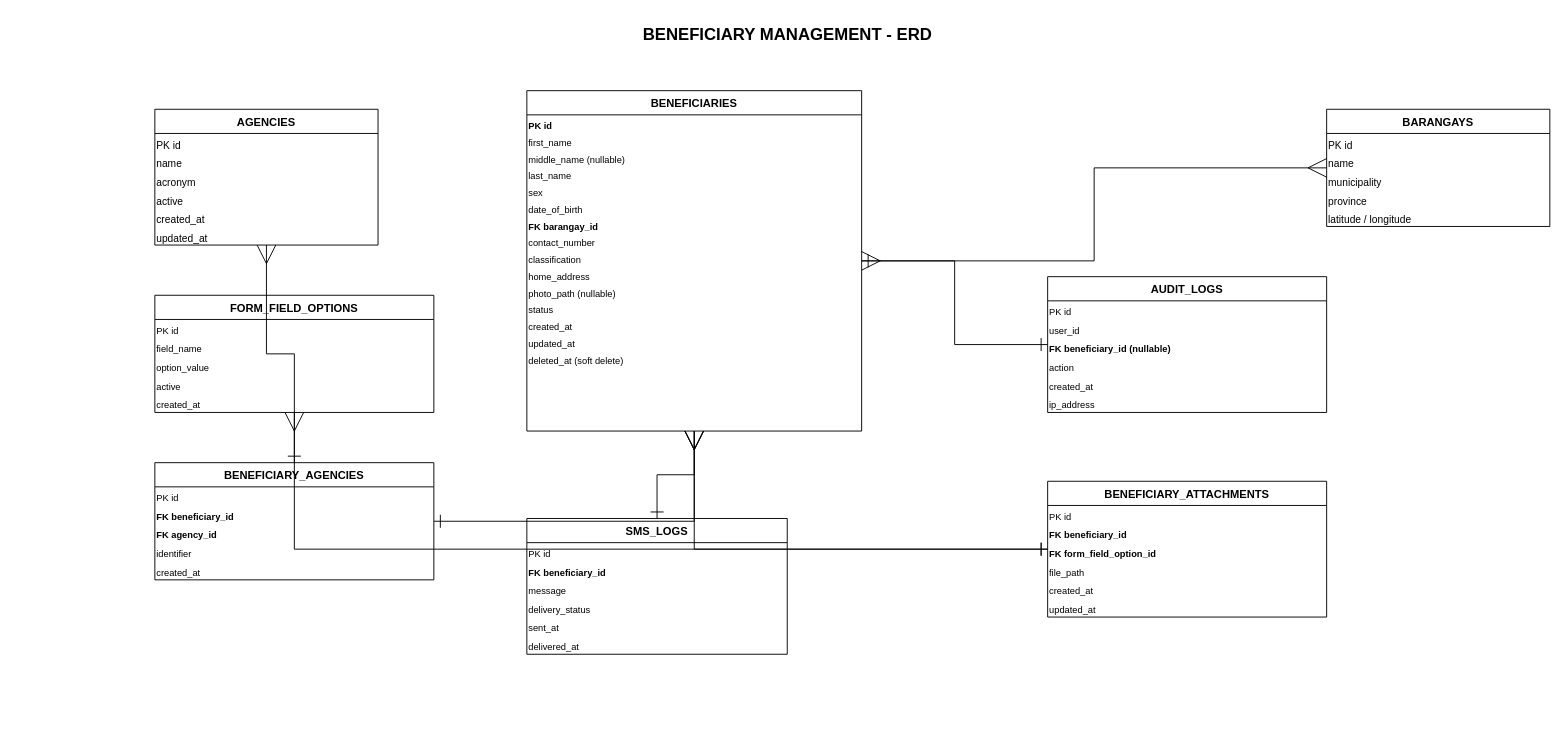
tin-tin113/ffprams keeps this draw.io diagram as ERD_Diagrams_Drawio/01_Beneficiary_Management_ERD.drawio. Above is the earlier version. Source tidied: cells renumbered, new cells numbered last; positions are measured from the earlier drawing's top-left corner, leaving out a move shared by most shapes. Both pictures are drawn from the tidied source at 93%, with x=0, y=0 at pixel (154, 16).
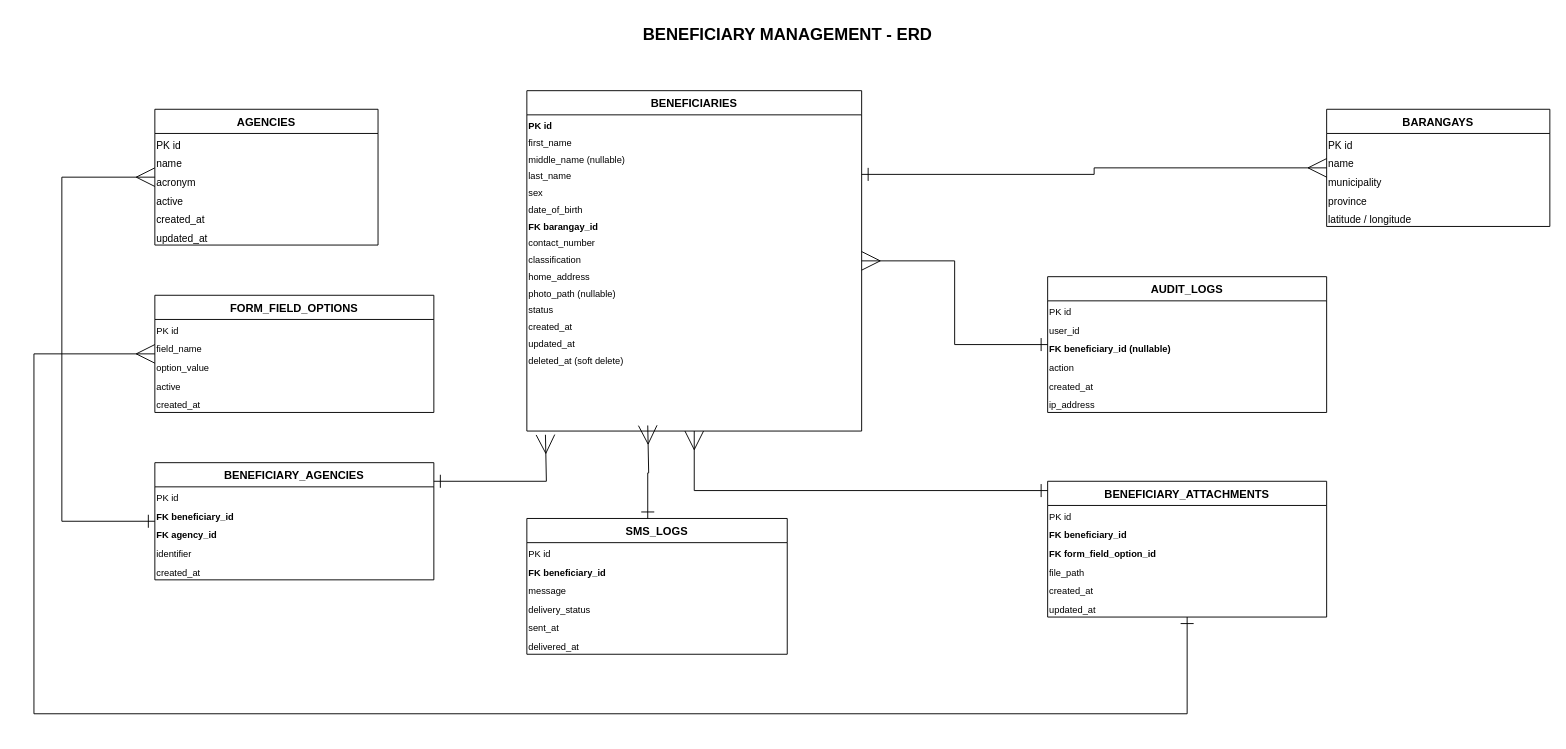
The same page after the edit.

Unchanged cells that the change refers to:
```xml
<mxCell id="3" value="AGENCIES" style="swimlane;fontStyle=1;horizontal=1;startSize=26;fillColor=none;" parent="1" vertex="1">
  <mxGeometry y="100" width="240" height="146" as="geometry" />
</mxCell>
<mxCell id="10" value="BARANGAYS" style="swimlane;fontStyle=1;horizontal=1;startSize=26;fillColor=none;" parent="1" vertex="1">
  <mxGeometry x="1260" y="100" width="240" height="126" as="geometry" />
</mxCell>
<mxCell id="16" value="BENEFICIARIES" style="swimlane;fontStyle=1;horizontal=1;startSize=26;fillColor=none;" parent="1" vertex="1">
  <mxGeometry x="400" y="80" width="360" height="366" as="geometry" />
</mxCell>
<mxCell id="32" value="BENEFICIARY_AGENCIES" style="swimlane;fontStyle=1;horizontal=1;startSize=26;fillColor=none;" parent="1" vertex="1">
  <mxGeometry y="480" width="300" height="126" as="geometry" />
</mxCell>
<mxCell id="38" value="FORM_FIELD_OPTIONS" style="swimlane;fontStyle=1;horizontal=1;startSize=26;fillColor=none;" parent="1" vertex="1">
  <mxGeometry y="300" width="300" height="126" as="geometry" />
</mxCell>
<mxCell id="44" value="BENEFICIARY_ATTACHMENTS" style="swimlane;fontStyle=1;horizontal=1;startSize=26;fillColor=none;" parent="1" vertex="1">
  <mxGeometry x="960" y="500" width="300" height="146" as="geometry" />
</mxCell>
<mxCell id="51" value="SMS_LOGS" style="swimlane;fontStyle=1;horizontal=1;startSize=26;fillColor=none;" parent="1" vertex="1">
  <mxGeometry x="400" y="540" width="280" height="146" as="geometry" />
</mxCell>
```

Diff of the diagram source:
```diff
@@
     <mxCell id="65" style="edgeStyle=orthogonalEdgeStyle;rounded=0;html=1;strokeColor=#000000;startArrow=ERone;endArrow=ERmany;startFill=0;endFill=0;startSize=12;endSize=18;" parent="1" edge="1" source="16" target="10">
-      <mxGeometry relative="1" as="geometry" />
+      <mxGeometry relative="1" as="geometry">
+        <Array as="points">
+          <mxPoint x="1010" y="170" />
+          <mxPoint x="1010" y="163" />
+        </Array>
+      </mxGeometry>
     </mxCell>
     <mxCell id="66" style="edgeStyle=orthogonalEdgeStyle;rounded=0;html=1;strokeColor=#000000;startArrow=ERone;endArrow=ERmany;startFill=0;endFill=0;startSize=12;endSize=18;" parent="1" edge="1" source="32" target="3">
-      <mxGeometry relative="1" as="geometry" />
+      <mxGeometry relative="1" as="geometry">
+        <Array as="points">
+          <mxPoint x="-100" y="543" />
+          <mxPoint x="-100" y="173" />
+        </Array>
+      </mxGeometry>
     </mxCell>
-    <mxCell id="67" style="edgeStyle=orthogonalEdgeStyle;rounded=0;html=1;strokeColor=#000000;startArrow=ERone;endArrow=ERmany;startFill=0;endFill=0;startSize=12;endSize=18;" parent="1" edge="1" source="32" target="16">
-      <mxGeometry relative="1" as="geometry" />
+    <mxCell id="67" style="edgeStyle=orthogonalEdgeStyle;rounded=0;html=1;strokeColor=#000000;startArrow=ERone;endArrow=ERmany;startFill=0;endFill=0;startSize=12;endSize=18;" parent="1" edge="1" source="32">
+      <mxGeometry relative="1" as="geometry">
+        <mxPoint x="420" y="450" as="targetPoint" />
+        <Array as="points">
+          <mxPoint x="421" y="500" />
+          <mxPoint x="421" y="450" />
+        </Array>
+      </mxGeometry>
     </mxCell>
     <mxCell id="68" style="edgeStyle=orthogonalEdgeStyle;rounded=0;html=1;strokeColor=#000000;startArrow=ERone;endArrow=ERmany;startFill=0;endFill=0;startSize=12;endSize=18;" parent="1" edge="1" source="44" target="16">
-      <mxGeometry relative="1" as="geometry" />
+      <mxGeometry relative="1" as="geometry">
+        <Array as="points">
+          <mxPoint x="580" y="510" />
+        </Array>
+      </mxGeometry>
     </mxCell>
     <mxCell id="69" style="edgeStyle=orthogonalEdgeStyle;rounded=0;html=1;strokeColor=#000000;startArrow=ERone;endArrow=ERmany;startFill=0;endFill=0;startSize=12;endSize=18;" parent="1" edge="1" source="44" target="38">
-      <mxGeometry relative="1" as="geometry" />
+      <mxGeometry relative="1" as="geometry">
+        <Array as="points">
+          <mxPoint x="1110" y="750" />
+          <mxPoint x="-130" y="750" />
+          <mxPoint x="-130" y="363" />
+        </Array>
+      </mxGeometry>
     </mxCell>
-    <mxCell id="70" style="edgeStyle=orthogonalEdgeStyle;rounded=0;html=1;strokeColor=#000000;startArrow=ERone;endArrow=ERmany;startFill=0;endFill=0;startSize=12;endSize=18;" parent="1" edge="1" source="51" target="16">
-      <mxGeometry relative="1" as="geometry" />
+    <mxCell id="70" style="edgeStyle=orthogonalEdgeStyle;rounded=0;html=1;strokeColor=#000000;startArrow=ERone;endArrow=ERmany;startFill=0;endFill=0;startSize=12;endSize=18;" parent="1" edge="1" source="51">
+      <mxGeometry relative="1" as="geometry">
+        <mxPoint x="530" y="440" as="targetPoint" />
+        <Array as="points">
+          <mxPoint x="530" y="491" />
+          <mxPoint x="531" y="440" />
+        </Array>
+      </mxGeometry>
     </mxCell>
```
